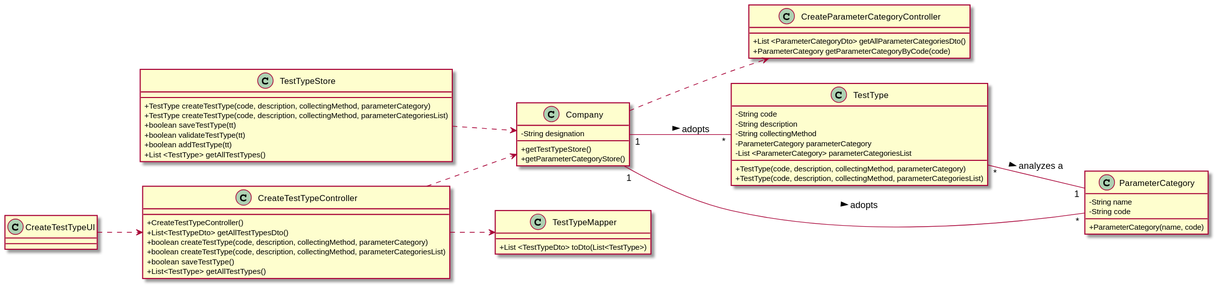
Earlier version of the PlantUML export docs/SprintB/US09/US09-CD.svg (0franciscor/lei-21-s2-1de-g19).
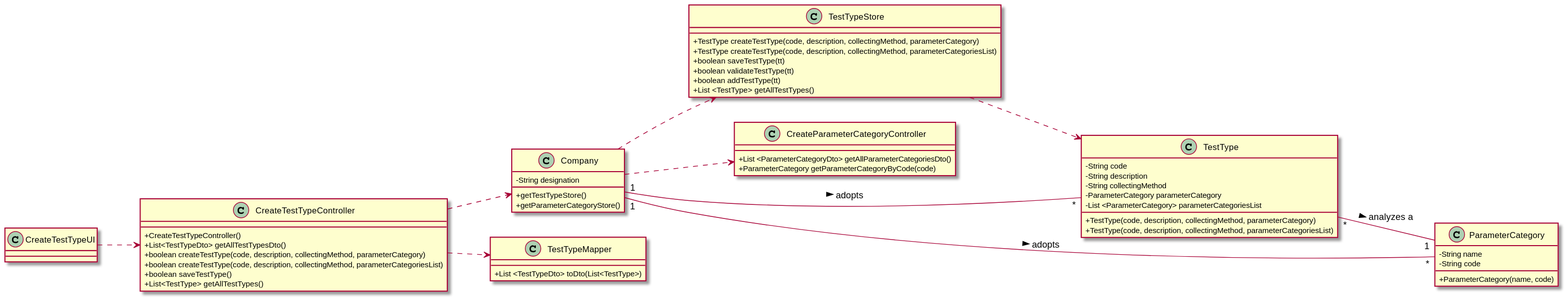
After the change.

Diff of the diagram source:
```diff
@@ -59,13 +59,14 @@
 
 C ..> PCS
 
-TTS ..> C
+C ..> TTS
 
 
 CTTC ..> C
 CTTC ..> ttM
 
 TT "*" -- "1" PC : > analyzes a
+TTS ..> TT
 
 C "1" -- "*" TT : > adopts
 C "1" -- "*" PC : > adopts
```
